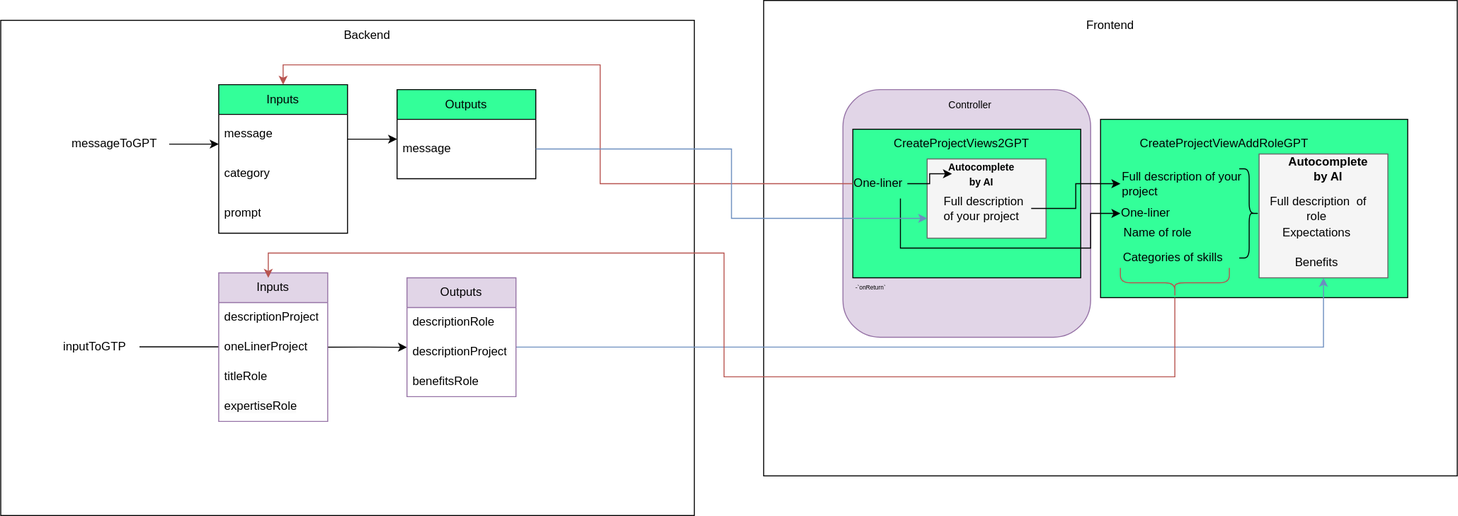
Before: GPT.drawio.svg, a diagram exported from draw.io (sbelka-1703/eden-app-2-FrontEnd). Source tidied: cells renumbered, new cells last; positions are measured from the earlier drawing's top-left corner, leaving out a move shared by most shapes.
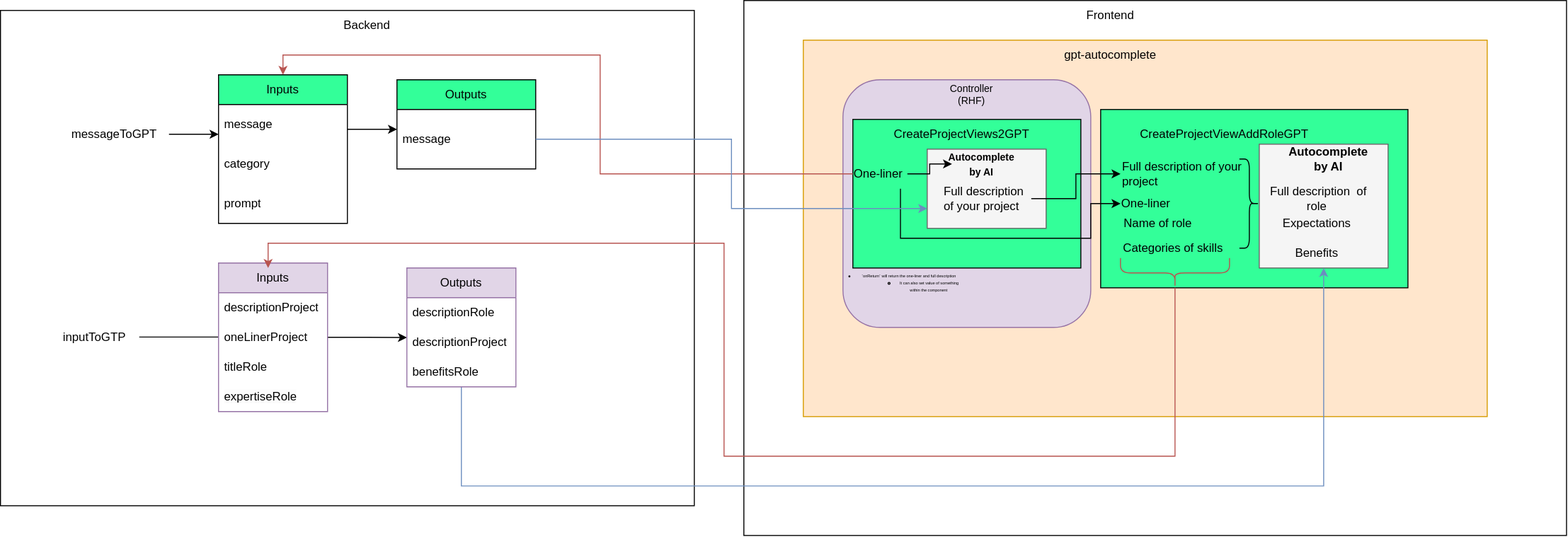
The same diagram one commit later.

Diff of the diagram source:
```diff
@@ -3,8 +3,11 @@
     <mxCell id="0" />
     <mxCell id="1" parent="0" />
     <mxCell id="2" style="rounded=0;whiteSpace=wrap;html=1;fontSize=12;" parent="1" vertex="1">
-      <mxGeometry x="770" width="700" height="480" as="geometry" />
+      <mxGeometry x="750" y="10" width="830" height="540" as="geometry" />
     </mxCell>
+    <mxCell id="56" style="rounded=0;whiteSpace=wrap;html=1;fontSize=4;fillColor=#ffe6cc;strokeColor=#d79b00;" parent="1" vertex="1">
+      <mxGeometry x="810" y="50" width="690" height="380" as="geometry" />
+    </mxCell>
     <mxCell id="3" style="rounded=1;whiteSpace=wrap;html=1;fontSize=10;fillColor=#e1d5e7;strokeColor=#9673a6;" parent="1" vertex="1">
       <mxGeometry x="850" y="90" width="250" height="250" as="geometry" />
     </mxCell>
@@ -55,7 +58,8 @@
     <mxCell id="17" style="edgeStyle=orthogonalEdgeStyle;rounded=0;jettySize=auto;html=1;entryX=0.5;entryY=1;entryDx=0;entryDy=0;fontSize=12;fillColor=#dae8fc;strokeColor=#6c8ebf;" parent="1" edge="1" source="18" target="7">
       <mxGeometry relative="1" as="geometry">
         <Array as="points">
-          <mxPoint x="1335" y="350" />
+          <mxPoint x="465" y="500" />
+          <mxPoint x="1335" y="500" />
         </Array>
       </mxGeometry>
     </mxCell>
@@ -173,8 +177,8 @@
       <mxGeometry relative="1" as="geometry">
         <mxPoint x="270" y="280" as="targetPoint" />
         <Array as="points">
-          <mxPoint x="1185" y="380" />
-          <mxPoint x="730" y="380" />
+          <mxPoint x="1185" y="470" />
+          <mxPoint x="730" y="470" />
           <mxPoint x="730" y="255" />
           <mxPoint x="270" y="255" />
         </Array>
@@ -189,11 +193,14 @@
     <mxCell id="53" value="&lt;b style=&quot;font-size: 10px;&quot;&gt;Autocomplete by AI&lt;/b&gt;" style="text;html=1;strokeColor=none;fillColor=none;align=center;verticalAlign=middle;whiteSpace=wrap;rounded=0;fontSize=12;" parent="1" vertex="1">
       <mxGeometry x="960" y="160" width="60" height="30" as="geometry" />
     </mxCell>
-    <mxCell id="54" value="Controller&amp;nbsp;" style="text;html=1;strokeColor=none;fillColor=none;align=center;verticalAlign=middle;whiteSpace=wrap;rounded=0;fontSize=10;" parent="1" vertex="1">
+    <mxCell id="54" value="Controller &lt;font size=&quot;1&quot;&gt;(RHF)&lt;/font&gt;" style="text;html=1;strokeColor=none;fillColor=none;align=center;verticalAlign=middle;whiteSpace=wrap;rounded=0;fontSize=10;" parent="1" vertex="1">
       <mxGeometry x="950" y="90" width="60" height="30" as="geometry" />
     </mxCell>
-    <mxCell id="55" value="-`onReturn`&amp;nbsp;&amp;nbsp;" style="text;html=1;strokeColor=none;fillColor=none;align=center;verticalAlign=middle;whiteSpace=wrap;rounded=0;fontSize=6;" parent="1" vertex="1">
-      <mxGeometry x="845" y="275" width="70" height="30" as="geometry" />
+    <mxCell id="55" value="&lt;ul&gt;&lt;li&gt;&lt;font style=&quot;font-size: 4px;&quot;&gt;`onReturn` will return the one-liner and full description&amp;nbsp;&lt;/font&gt;&lt;/li&gt;&lt;ul&gt;&lt;li&gt;&lt;font style=&quot;font-size: 4px;&quot;&gt;It can also set value of something within the component&amp;nbsp;&lt;/font&gt;&lt;/li&gt;&lt;/ul&gt;&lt;/ul&gt;" style="text;html=1;strokeColor=none;fillColor=none;align=center;verticalAlign=middle;whiteSpace=wrap;rounded=0;fontSize=6;" parent="1" vertex="1">
+      <mxGeometry x="825" y="280" width="145" height="30" as="geometry" />
     </mxCell>
+    <mxCell id="57" value="gpt-autocomplete" style="text;html=1;strokeColor=none;fillColor=none;align=center;verticalAlign=middle;whiteSpace=wrap;rounded=0;fontSize=12;" parent="1" vertex="1">
+      <mxGeometry x="1060" y="50" width="120" height="30" as="geometry" />
+    </mxCell>
   </root>
 </mxGraphModel>
```
